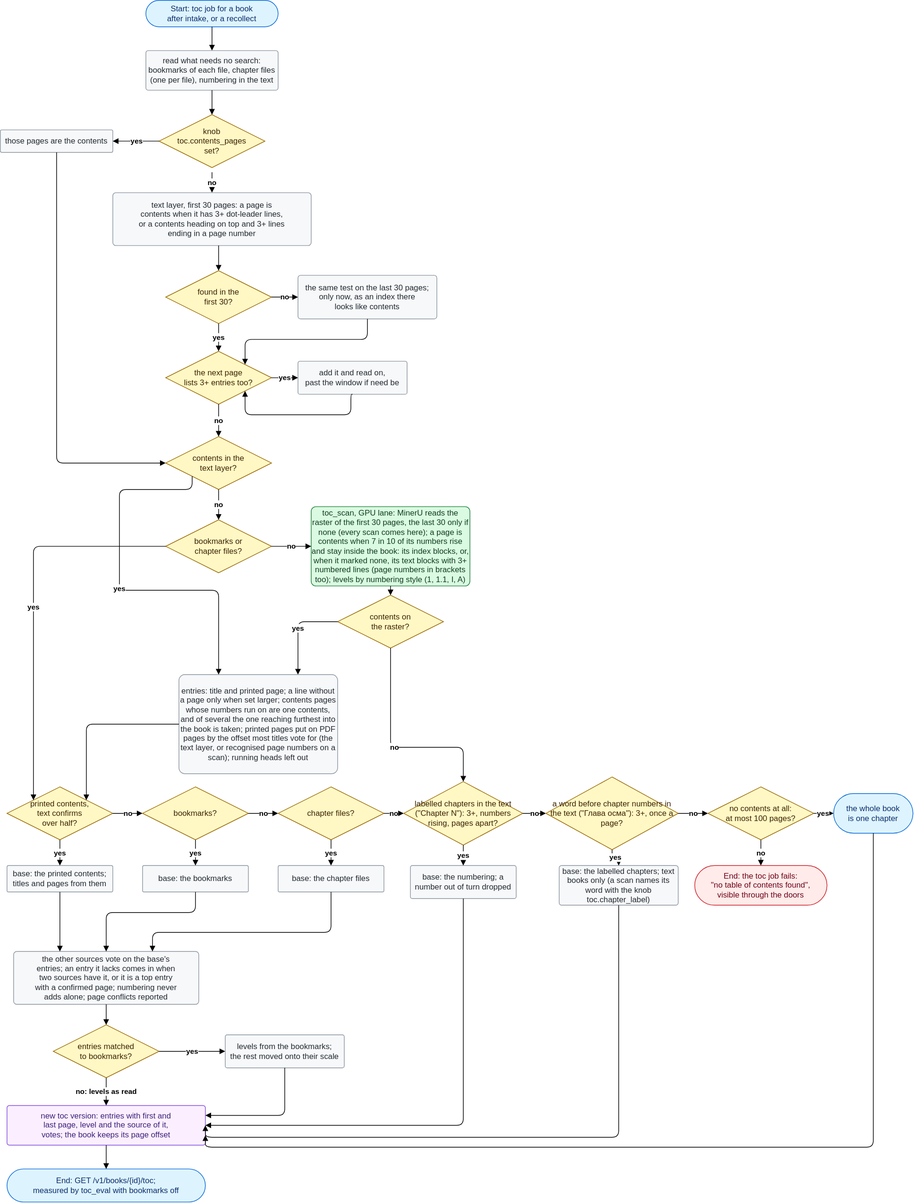
Earlier version of the draw.io export docs/diagrams/toc.drawio.svg (rikitikitav1/ocr-lab). Source tidied: cells renumbered, new cells last; positions are measured from the earlier drawing's top-left corner, leaving out a move shared by most shapes.
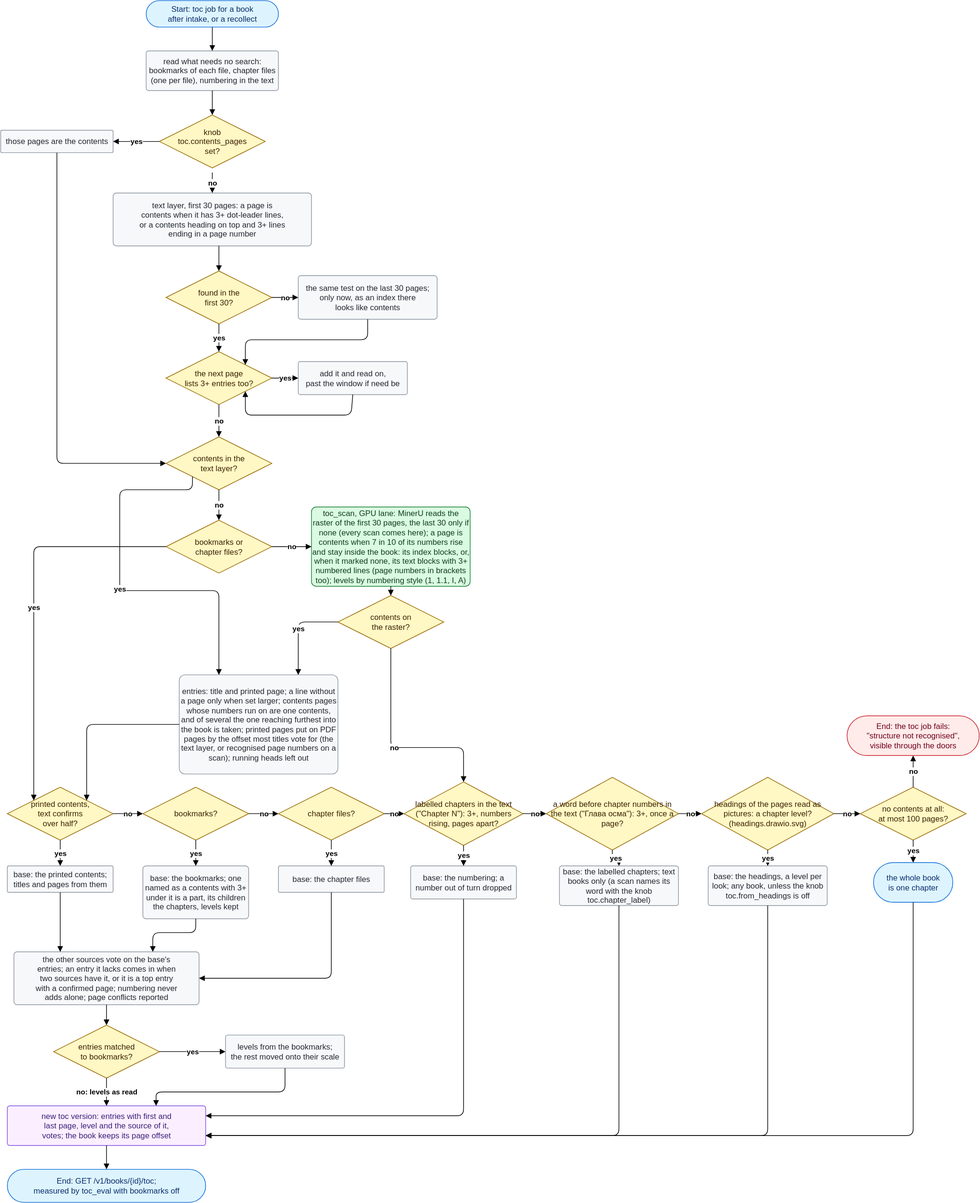
Above is the later version.

What changed in the source:
```diff
@@ -53,8 +53,8 @@
     <mxCell id="18" value="bookmarks?" style="html=1;whiteSpace=wrap;fontSize=12;fillColor=light-dark(#FFF8C5,#272115);strokeColor=light-dark(#9A6700,#BB8009);fontColor=light-dark(#3B2300,#F8E3A1);rhombus;" parent="1" vertex="1">
       <mxGeometry x="215" y="1190" width="160" height="80" as="geometry" />
     </mxCell>
-    <mxCell id="19" value="base: the bookmarks" style="html=1;whiteSpace=wrap;fontSize=12;fillColor=light-dark(#F6F8FA,#161B22);strokeColor=light-dark(#8C959F,#6E7681);fontColor=light-dark(#24292F,#E6EDF3);rounded=1;arcSize=6;" parent="1" vertex="1">
-      <mxGeometry x="215" y="1309" width="160" height="40" as="geometry" />
+    <mxCell id="19" value="base: the bookmarks; one named as a contents with 3+ under it is a part, its children the chapters, levels kept" style="html=1;whiteSpace=wrap;fontSize=12;fillColor=light-dark(#F6F8FA,#161B22);strokeColor=light-dark(#8C959F,#6E7681);fontColor=light-dark(#24292F,#E6EDF3);rounded=1;arcSize=6;" parent="1" vertex="1">
+      <mxGeometry x="215" y="1309" width="160" height="80" as="geometry" />
     </mxCell>
     <mxCell id="20" value="chapter files?" style="html=1;whiteSpace=wrap;fontSize=12;fillColor=light-dark(#FFF8C5,#272115);strokeColor=light-dark(#9A6700,#BB8009);fontColor=light-dark(#3B2300,#F8E3A1);rhombus;" parent="1" vertex="1">
       <mxGeometry x="420" y="1190" width="160" height="80" as="geometry" />
@@ -63,13 +63,13 @@
       <mxGeometry x="420" y="1309" width="160" height="40" as="geometry" />
     </mxCell>
     <mxCell id="22" value="no contents at all:&lt;br&gt;at most 100 pages?" style="html=1;whiteSpace=wrap;fontSize=12;fillColor=light-dark(#FFF8C5,#272115);strokeColor=light-dark(#9A6700,#BB8009);fontColor=light-dark(#3B2300,#F8E3A1);rhombus;" parent="1" vertex="1">
-      <mxGeometry x="1070" y="1190" width="160" height="80" as="geometry" />
+      <mxGeometry x="1300" y="1190" width="160" height="80" as="geometry" />
     </mxCell>
     <mxCell id="23" value="the whole book&lt;br&gt;is one chapter" style="html=1;whiteSpace=wrap;fontSize=12;fillColor=light-dark(#DDF4FF,#132339);strokeColor=light-dark(#0969DA,#4493F8);fontColor=light-dark(#0C2D6B,#C6E6FF);rounded=1;arcSize=50;" parent="1" vertex="1">
-      <mxGeometry x="1260" y="1200" width="120" height="60" as="geometry" />
+      <mxGeometry x="1320" y="1304" width="120" height="60" as="geometry" />
     </mxCell>
-    <mxCell id="24" value="End: the toc job fails:&lt;br&gt;&amp;quot;no table of contents found&amp;quot;,&lt;br&gt;visible through the doors" style="html=1;whiteSpace=wrap;fontSize=12;fillColor=light-dark(#FFEBE9,#2D1517);strokeColor=light-dark(#CF222E,#F85149);fontColor=light-dark(#6E011A,#FFC1C0);rounded=1;arcSize=50;" parent="1" vertex="1">
-      <mxGeometry x="1050" y="1309" width="200" height="60" as="geometry" />
+    <mxCell id="24" value="End: the toc job fails:&lt;br&gt;&amp;quot;structure not recognised&amp;quot;,&lt;br&gt;visible through the doors" style="html=1;whiteSpace=wrap;fontSize=12;fillColor=light-dark(#FFEBE9,#2D1517);strokeColor=light-dark(#CF222E,#F85149);fontColor=light-dark(#6E011A,#FFC1C0);rounded=1;arcSize=50;" parent="1" vertex="1">
+      <mxGeometry x="1280" y="1082" width="200" height="60" as="geometry" />
     </mxCell>
     <mxCell id="25" value="the other sources vote on the base&amp;#x27;s&lt;br&gt;entries; an entry it lacks comes in when&lt;br&gt;two sources have it, or it is a top entry&lt;br&gt;with a confirmed page; numbering never&lt;br&gt;adds alone; page conflicts reported" style="html=1;whiteSpace=wrap;fontSize=12;fillColor=light-dark(#F6F8FA,#161B22);strokeColor=light-dark(#8C959F,#6E7681);fontColor=light-dark(#24292F,#E6EDF3);rounded=1;arcSize=6;" parent="1" vertex="1">
       <mxGeometry x="20" y="1439" width="280" height="80" as="geometry" />
@@ -204,24 +204,23 @@
     <mxCell id="55" value="no" style="edgeStyle=orthogonalEdgeStyle;html=1;endArrow=block;endFill=1;fontStyle=1;fontSize=11;exitX=1;exitY=0.5;entryX=0;entryY=0.5;exitDx=0;exitDy=0;entryDx=0;entryDy=0;" parent="1" edge="1" source="20" target="65">
       <mxGeometry relative="1" as="geometry" />
     </mxCell>
-    <mxCell id="56" value="yes" style="edgeStyle=orthogonalEdgeStyle;html=1;endArrow=block;endFill=1;fontStyle=1;fontSize=11;exitX=1;exitY=0.5;entryX=0;entryY=0.5;entryDx=0;entryDy=0;exitDx=0;exitDy=0;" parent="1" edge="1" source="22" target="23">
+    <mxCell id="56" value="yes" style="edgeStyle=orthogonalEdgeStyle;html=1;endArrow=block;endFill=1;fontStyle=1;fontSize=11;exitX=0.5;exitY=1;entryX=0.5;entryY=0;entryDx=0;entryDy=0;exitDx=0;exitDy=0;" parent="1" edge="1" source="22" target="23">
       <mxGeometry x="-0.05" relative="1" as="geometry" />
     </mxCell>
-    <mxCell id="57" value="no" style="edgeStyle=orthogonalEdgeStyle;html=1;endArrow=block;endFill=1;fontStyle=1;fontSize=11;exitX=0.5;exitY=1;entryX=0.5;entryY=0;exitDx=0;exitDy=0;" parent="1" edge="1" source="22" target="24">
+    <mxCell id="57" value="no" style="edgeStyle=orthogonalEdgeStyle;html=1;endArrow=block;endFill=1;fontStyle=1;fontSize=11;exitX=0.5;exitY=0;entryX=0.5;entryY=1;exitDx=0;exitDy=0;entryDx=0;entryDy=0;" parent="1" edge="1" source="22" target="24">
       <mxGeometry relative="1" as="geometry" />
     </mxCell>
-    <mxCell id="58" style="edgeStyle=orthogonalEdgeStyle;html=1;endArrow=block;endFill=1;fontStyle=1;fontSize=11;exitX=0.5;exitY=1;entryX=0.75;entryY=0;entryDx=0;entryDy=0;exitDx=0;exitDy=0;" parent="1" edge="1" source="21" target="25">
+    <mxCell id="58" style="edgeStyle=orthogonalEdgeStyle;html=1;endArrow=block;endFill=1;fontStyle=1;fontSize=11;exitX=0.5;exitY=1;entryX=1;entryY=0.5;entryDx=0;entryDy=0;exitDx=0;exitDy=0;" parent="1" edge="1" source="21" target="25">
       <mxGeometry relative="1" as="geometry">
         <Array as="points">
-          <mxPoint x="500" y="1410" />
-          <mxPoint x="230" y="1410" />
+          <mxPoint x="500" y="1479" />
         </Array>
       </mxGeometry>
     </mxCell>
     <mxCell id="59" style="edgeStyle=orthogonalEdgeStyle;html=1;endArrow=block;endFill=1;fontStyle=1;fontSize=11;exitX=0.5;exitY=1;entryX=1;entryY=0.75;entryDx=0;entryDy=0;exitDx=0;exitDy=0;" parent="1" edge="1" source="23" target="28">
       <mxGeometry relative="1" as="geometry">
         <Array as="points">
-          <mxPoint x="1320" y="1735" />
+          <mxPoint x="1380" y="1717" />
         </Array>
       </mxGeometry>
     </mxCell>
@@ -234,10 +233,11 @@
     <mxCell id="62" value="no: levels as read" style="edgeStyle=orthogonalEdgeStyle;html=1;endArrow=block;endFill=1;fontStyle=1;fontSize=11;exitX=0.500;exitY=1.000;entryX=0.500;entryY=0.000;" parent="1" edge="1" source="26" target="28">
       <mxGeometry relative="1" as="geometry" />
     </mxCell>
-    <mxCell id="63" style="edgeStyle=orthogonalEdgeStyle;html=1;endArrow=block;endFill=1;fontStyle=1;fontSize=11;exitX=0.5;exitY=1;entryX=1;entryY=0.25;entryDx=0;entryDy=0;exitDx=0;exitDy=0;" parent="1" edge="1" source="27" target="28">
+    <mxCell id="63" style="edgeStyle=orthogonalEdgeStyle;html=1;endArrow=block;endFill=1;fontStyle=1;fontSize=11;exitX=0.5;exitY=1;entryX=0.75;entryY=0;entryDx=0;entryDy=0;exitDx=0;exitDy=0;" parent="1" edge="1" source="27" target="28">
       <mxGeometry relative="1" as="geometry">
         <Array as="points">
-          <mxPoint x="430" y="1687" />
+          <mxPoint x="430" y="1651" />
+          <mxPoint x="235" y="1651" />
         </Array>
       </mxGeometry>
     </mxCell>
@@ -256,22 +256,21 @@
     <mxCell id="68" value="yes" style="edgeStyle=orthogonalEdgeStyle;html=1;endArrow=block;endFill=1;fontStyle=1;fontSize=11;exitDx=0;exitDy=0;entryDx=0;entryDy=0;exitX=0.5;exitY=1;entryX=0.5;entryY=0;" parent="1" edge="1" source="65" target="66">
       <mxGeometry relative="1" as="geometry" />
     </mxCell>
-    <mxCell id="69" style="edgeStyle=orthogonalEdgeStyle;html=1;endArrow=block;endFill=1;fontStyle=1;fontSize=11;entryDx=0;entryDy=0;exitDx=0;exitDy=0;exitX=0.5;exitY=1;entryX=1;entryY=0.5;" parent="1" edge="1" source="66" target="28">
+    <mxCell id="69" style="edgeStyle=orthogonalEdgeStyle;html=1;endArrow=block;endFill=1;fontStyle=1;fontSize=11;entryDx=0;entryDy=0;exitDx=0;exitDy=0;exitX=0.5;exitY=1;entryX=1;entryY=0.25;" parent="1" edge="1" source="66" target="28">
       <mxGeometry relative="1" as="geometry">
         <Array as="points">
-          <mxPoint x="700" y="1702" />
+          <mxPoint x="700" y="1687" />
         </Array>
       </mxGeometry>
     </mxCell>
     <mxCell id="70" style="edgeStyle=none;html=1;exitX=0.5;exitY=1;exitDx=0;exitDy=0;entryX=0.25;entryY=0;entryDx=0;entryDy=0;endArrow=block;endFill=1;" parent="1" edge="1" source="17" target="25">
       <mxGeometry relative="1" as="geometry" />
     </mxCell>
-    <mxCell id="71" style="edgeStyle=orthogonalEdgeStyle;html=1;endArrow=block;endFill=1;fontStyle=1;fontSize=11;exitX=0.5;exitY=1;entryX=0.5;entryY=0;entryDx=0;entryDy=0;exitDx=0;exitDy=0;" parent="1" edge="1" source="19" target="25">
+    <mxCell id="71" style="edgeStyle=orthogonalEdgeStyle;html=1;endArrow=block;endFill=1;fontStyle=1;fontSize=11;exitX=0.5;exitY=1;entryX=0.75;entryY=0;entryDx=0;entryDy=0;exitDx=0;exitDy=0;" parent="1" edge="1" source="19" target="25">
       <mxGeometry relative="1" as="geometry">
         <Array as="points">
-          <mxPoint x="295" y="1380" />
-          <mxPoint x="160" y="1380" />
-          <mxPoint x="160" y="1413" />
+          <mxPoint x="295" y="1410" />
+          <mxPoint x="230" y="1410" />
         </Array>
       </mxGeometry>
     </mxCell>
@@ -281,18 +280,37 @@
     <mxCell id="73" value="base: the labelled chapters; text books only (a scan names its word with the knob toc.chapter_label)" style="html=1;whiteSpace=wrap;fontSize=12;fillColor=light-dark(#F6F8FA,#161B22);strokeColor=light-dark(#8C959F,#6E7681);fontColor=light-dark(#24292F,#E6EDF3);rounded=1;arcSize=6;" parent="1" vertex="1">
       <mxGeometry x="845" y="1309" width="180" height="60" as="geometry" />
     </mxCell>
-    <mxCell id="74" value="no" style="edgeStyle=orthogonalEdgeStyle;html=1;endArrow=block;endFill=1;fontStyle=1;fontSize=11;exitDx=0;exitDy=0;entryDx=0;entryDy=0;exitX=1;exitY=0.5;entryX=0;entryY=0.5;" parent="1" edge="1" source="72" target="22">
+    <mxCell id="74" value="no" style="edgeStyle=orthogonalEdgeStyle;html=1;endArrow=block;endFill=1;fontStyle=1;fontSize=11;exitDx=0;exitDy=0;entryDx=0;entryDy=0;exitX=1;exitY=0.5;entryX=0;entryY=0.5;" parent="1" edge="1" source="72" target="77">
       <mxGeometry relative="1" as="geometry" />
     </mxCell>
     <mxCell id="75" value="yes" style="edgeStyle=orthogonalEdgeStyle;html=1;endArrow=block;endFill=1;fontStyle=1;fontSize=11;exitDx=0;exitDy=0;entryDx=0;entryDy=0;exitX=0.5;exitY=1;entryX=0.5;entryY=0;" parent="1" edge="1" source="72" target="73">
       <mxGeometry relative="1" as="geometry" />
     </mxCell>
-    <mxCell id="76" style="edgeStyle=orthogonalEdgeStyle;html=1;endArrow=block;endFill=1;fontStyle=1;fontSize=11;entryDx=0;entryDy=0;exitDx=0;exitDy=0;exitX=0.5;exitY=1;entryX=1;entryY=0.5;" parent="1" edge="1" source="73" target="28">
+    <mxCell id="76" style="edgeStyle=orthogonalEdgeStyle;html=1;endArrow=block;endFill=1;fontStyle=1;fontSize=11;entryDx=0;entryDy=0;exitDx=0;exitDy=0;exitX=0.5;exitY=1;entryX=1;entryY=0.75;" parent="1" edge="1" source="73" target="28">
       <mxGeometry relative="1" as="geometry">
         <Array as="points">
-          <mxPoint x="935" y="1720" />
+          <mxPoint x="935" y="1717" />
         </Array>
       </mxGeometry>
     </mxCell>
+    <mxCell id="77" value="headings of the pages read as pictures: a chapter level? (headings.drawio.svg)" style="html=1;whiteSpace=wrap;fontSize=12;fillColor=light-dark(#FFF8C5,#272115);strokeColor=light-dark(#9A6700,#BB8009);fontColor=light-dark(#3B2300,#F8E3A1);rhombus;" parent="1" vertex="1">
+      <mxGeometry x="1060" y="1175" width="200" height="110" as="geometry" />
+    </mxCell>
+    <mxCell id="78" value="base: the headings, a level per look; any book, unless the knob toc.from_headings is off" style="html=1;whiteSpace=wrap;fontSize=12;fillColor=light-dark(#F6F8FA,#161B22);strokeColor=light-dark(#8C959F,#6E7681);fontColor=light-dark(#24292F,#E6EDF3);rounded=1;arcSize=6;" parent="1" vertex="1">
+      <mxGeometry x="1070" y="1309" width="180" height="60" as="geometry" />
+    </mxCell>
+    <mxCell id="79" value="yes" style="edgeStyle=orthogonalEdgeStyle;html=1;endArrow=block;endFill=1;fontStyle=1;fontSize=11;exitDx=0;exitDy=0;entryDx=0;entryDy=0;exitX=0.5;exitY=1;entryX=0.5;entryY=0;" parent="1" edge="1" source="77" target="78">
+      <mxGeometry relative="1" as="geometry" />
+    </mxCell>
+    <mxCell id="80" value="no" style="edgeStyle=orthogonalEdgeStyle;html=1;endArrow=block;endFill=1;fontStyle=1;fontSize=11;exitDx=0;exitDy=0;entryDx=0;entryDy=0;exitX=1;exitY=0.5;entryX=0;entryY=0.5;" parent="1" edge="1" source="77" target="22">
+      <mxGeometry relative="1" as="geometry" />
+    </mxCell>
+    <mxCell id="81" style="edgeStyle=orthogonalEdgeStyle;html=1;endArrow=block;endFill=1;fontStyle=1;fontSize=11;exitDx=0;exitDy=0;entryDx=0;entryDy=0;exitX=0.5;exitY=1;entryX=1;entryY=0.75;" parent="1" edge="1" source="78" target="28">
+      <mxGeometry relative="1" as="geometry">
+        <Array as="points">
+          <mxPoint x="1160" y="1717" />
+        </Array>
+      </mxGeometry>
+    </mxCell>
   </root>
 </mxGraphModel>
```
